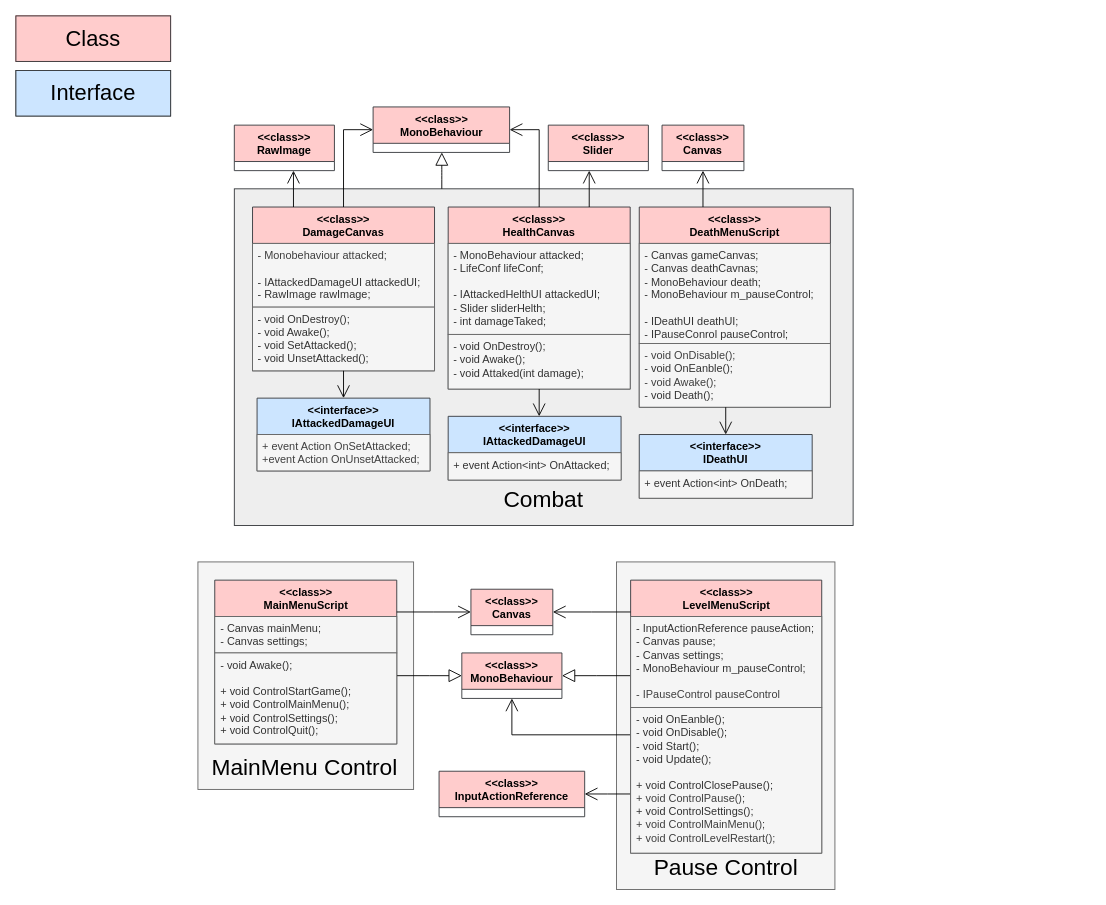
Earlier version of the draw.io diagram doc/Class_Diagram_UI.drawio (OGecgo/TheCatCult). Source tidied: cells renumbered, new cells numbered last; positions are measured from the earlier drawing's top-left corner, leaving out a move shared by most shapes. Both pictures are drawn from the tidied source at 91%, with x=0, y=0 at pixel (15, 15).
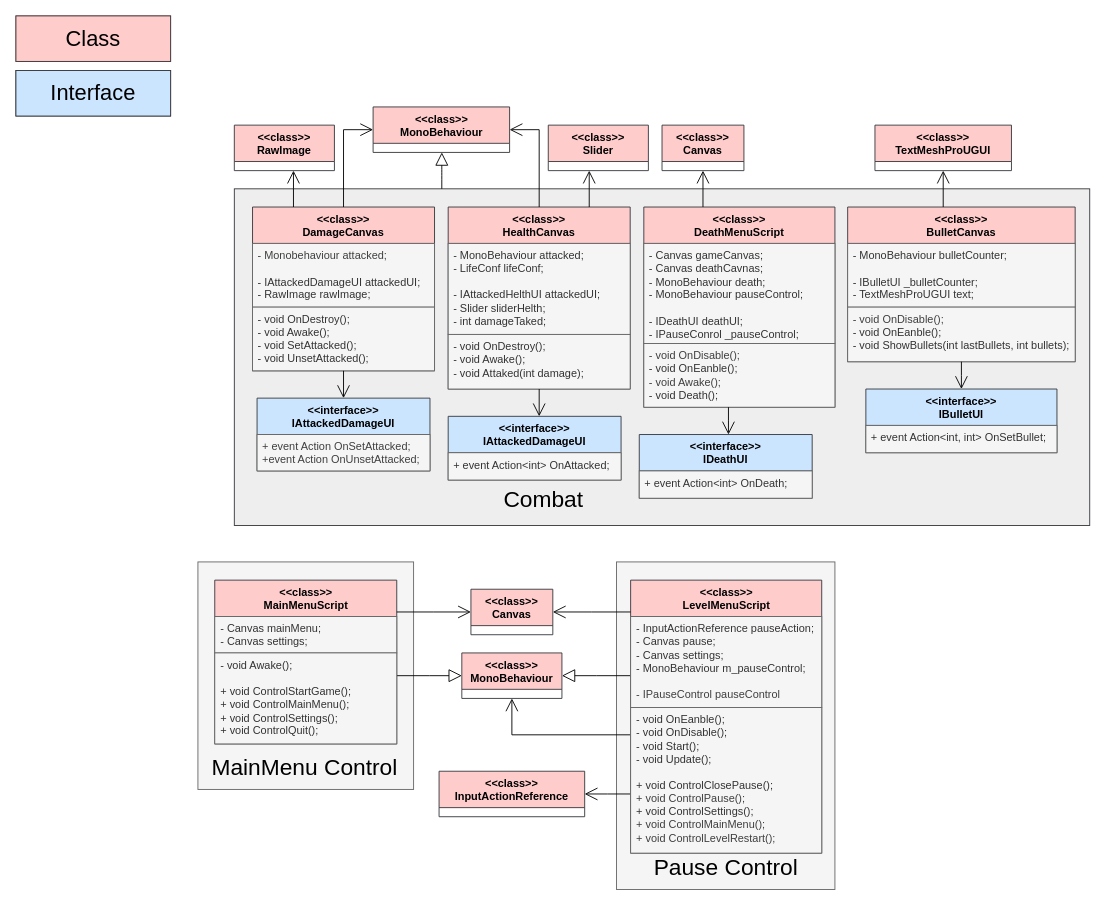
The same page after the edit.

Change to the diagram source:
```diff
@@
     <mxCell id="2" style="rounded=0;whiteSpace=wrap;html=1;fillColor=#eeeeee;strokeColor=#36393d;" parent="1" vertex="1">
-      <mxGeometry x="240" y="190" width="680" height="370" as="geometry" />
+      <mxGeometry x="240" y="190" width="940" height="370" as="geometry" />
     </mxCell>
@@
     <mxCell id="30" value="&lt;div&gt;&amp;lt;&amp;lt;class&amp;gt;&amp;gt;&lt;/div&gt;&lt;div&gt;DeathMenuScript&lt;/div&gt;" style="swimlane;fontStyle=1;align=center;verticalAlign=top;horizontal=1;startSize=40;whiteSpace=wrap;html=1;fillColor=#ffcccc;strokeColor=#36393d;" parent="1" vertex="1">
-      <mxGeometry x="685" y="210" width="210" height="220" as="geometry" />
+      <mxGeometry x="690" y="210" width="210" height="220" as="geometry" />
     </mxCell>
-    <mxCell id="31" value="- Canvas gameCanvas;&lt;div&gt;- Canvas deathCavnas;&lt;/div&gt;&lt;div&gt;- MonoBehaviour death;&lt;/div&gt;&lt;div&gt;- MonoBehaviour m_pauseControl;&lt;/div&gt;&lt;div&gt;&lt;br&gt;&lt;/div&gt;&lt;div&gt;- IDeathUI deathUI;&lt;/div&gt;&lt;div&gt;- IPauseConrol pauseControl;&lt;/div&gt;" style="text;align=left;verticalAlign=top;spacingLeft=4;spacingRight=4;overflow=hidden;whiteSpace=wrap;html=1;fillColor=#f5f5f5;fontColor=#333333;strokeColor=#666666;" parent="30" vertex="1">
+    <mxCell id="31" value="- Canvas gameCanvas;&lt;div&gt;- Canvas deathCavnas;&lt;/div&gt;&lt;div&gt;- MonoBehaviour death;&lt;/div&gt;&lt;div&gt;- MonoBehaviour pauseControl;&lt;/div&gt;&lt;div&gt;&lt;br&gt;&lt;/div&gt;&lt;div&gt;- IDeathUI deathUI;&lt;/div&gt;&lt;div&gt;- IPauseConrol _pauseControl;&lt;/div&gt;" style="text;align=left;verticalAlign=top;spacingLeft=4;spacingRight=4;overflow=hidden;whiteSpace=wrap;html=1;fillColor=#f5f5f5;fontColor=#333333;strokeColor=#666666;" parent="30" vertex="1">
       <mxGeometry y="40" width="210" height="110" as="geometry" />
     </mxCell>
@@
+    <mxCell id="58" value="&lt;div&gt;&amp;lt;&amp;lt;class&amp;gt;&amp;gt;&lt;/div&gt;&lt;div&gt;BulletCanvas&lt;/div&gt;" style="swimlane;fontStyle=1;align=center;verticalAlign=top;horizontal=1;startSize=40;whiteSpace=wrap;html=1;fillColor=#ffcccc;strokeColor=#36393d;" parent="1" vertex="1">
+      <mxGeometry x="914" y="210" width="250" height="170" as="geometry" />
+    </mxCell>
+    <mxCell id="59" value="- MonoBehaviour bulletCounter;&lt;div&gt;&lt;br&gt;&lt;/div&gt;&lt;div&gt;- IBulletUI _bulletCounter;&lt;/div&gt;&lt;div&gt;- TextMeshProUGUI text;&lt;/div&gt;" style="text;align=left;verticalAlign=top;spacingLeft=4;spacingRight=4;overflow=hidden;whiteSpace=wrap;html=1;fillColor=#f5f5f5;fontColor=#333333;strokeColor=#666666;" parent="58" vertex="1">
+      <mxGeometry y="40" width="250" height="70" as="geometry" />
+    </mxCell>
+    <mxCell id="60" value="&lt;div style=&quot;color: rgb(63, 63, 63); scrollbar-color: rgb(226, 226, 226) rgb(251, 251, 251);&quot;&gt;- void OnDisable();&lt;/div&gt;- void OnEanble();&lt;div&gt;- void ShowBullets(int lastBullets, int bullets);&lt;/div&gt;" style="text;align=left;verticalAlign=top;spacingLeft=4;spacingRight=4;overflow=hidden;whiteSpace=wrap;html=1;fillColor=#f5f5f5;fontColor=#333333;strokeColor=#666666;" parent="58" vertex="1">
+      <mxGeometry y="110" width="250" height="60" as="geometry" />
+    </mxCell>
+    <mxCell id="61" value="&lt;div&gt;&amp;lt;&amp;lt;class&amp;gt;&amp;gt;&lt;/div&gt;&lt;div&gt;TextMeshProUGUI&lt;/div&gt;" style="swimlane;fontStyle=1;align=center;verticalAlign=top;horizontal=1;startSize=40;whiteSpace=wrap;html=1;fillColor=#ffcccc;strokeColor=#36393d;" parent="1" vertex="1">
+      <mxGeometry x="944" y="120" width="150" height="50" as="geometry" />
+    </mxCell>
+    <mxCell id="62" style="edgeStyle=elbowEdgeStyle;html=1;endSize=12;endArrow=open;endFill=0;rounded=0;" parent="1" edge="1" source="58" target="61">
+      <mxGeometry relative="1" as="geometry" />
+    </mxCell>
+    <mxCell id="63" value="&lt;div&gt;&amp;lt;&amp;lt;interface&amp;gt;&amp;gt;&lt;/div&gt;&lt;div&gt;IBulletUI&lt;/div&gt;" style="swimlane;fontStyle=1;align=center;verticalAlign=top;horizontal=1;startSize=40;whiteSpace=wrap;html=1;fillColor=#cce5ff;strokeColor=#36393d;" parent="1" vertex="1">
+      <mxGeometry x="934" y="410" width="210" height="70" as="geometry" />
+    </mxCell>
+    <mxCell id="64" value="&lt;div&gt;&lt;div&gt;+ event Action&amp;lt;int, int&amp;gt; OnSetBullet;&lt;/div&gt;&lt;/div&gt;" style="text;align=left;verticalAlign=top;spacingLeft=4;spacingRight=4;overflow=hidden;whiteSpace=wrap;html=1;fillColor=#f5f5f5;fontColor=#333333;strokeColor=#666666;" parent="63" vertex="1">
+      <mxGeometry y="40" width="210" height="30" as="geometry" />
+    </mxCell>
+    <mxCell id="65" style="edgeStyle=elbowEdgeStyle;html=1;endSize=12;endArrow=open;endFill=0;rounded=0;" parent="1" edge="1" source="58" target="63">
+      <mxGeometry relative="1" as="geometry" />
+    </mxCell>
```
